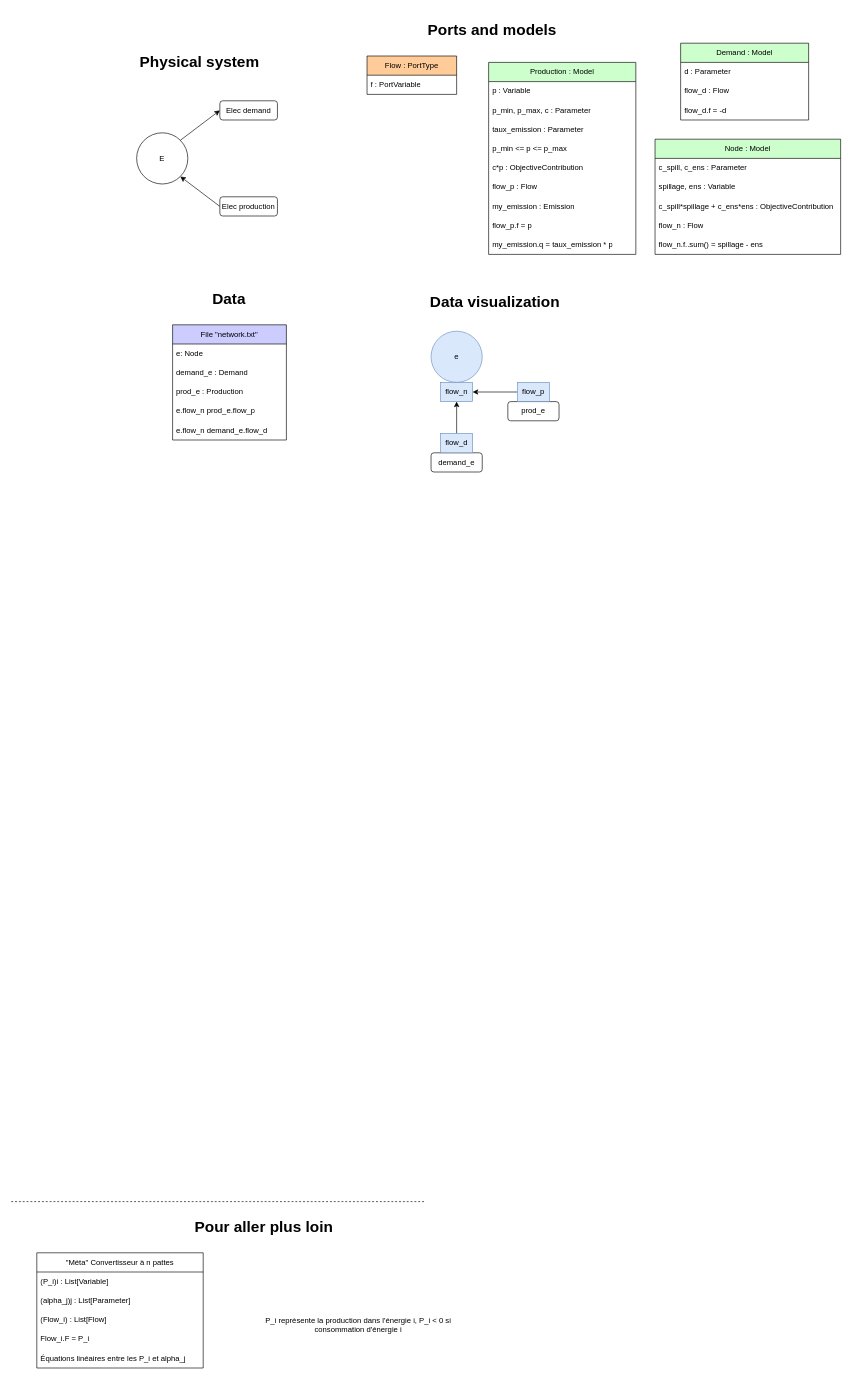
AntaresSimulatorTeam/andromede-modeling-prototype keeps this draw.io diagram as models-design/systems/balance.drawio. Above is the earlier version. Source tidied: cells renumbered, new cells numbered last; positions are measured from the earlier drawing's top-left corner, leaving out a move shared by most shapes. Both pictures are drawn from the tidied source at 64%, with x=0, y=0 at pixel (11, 17).
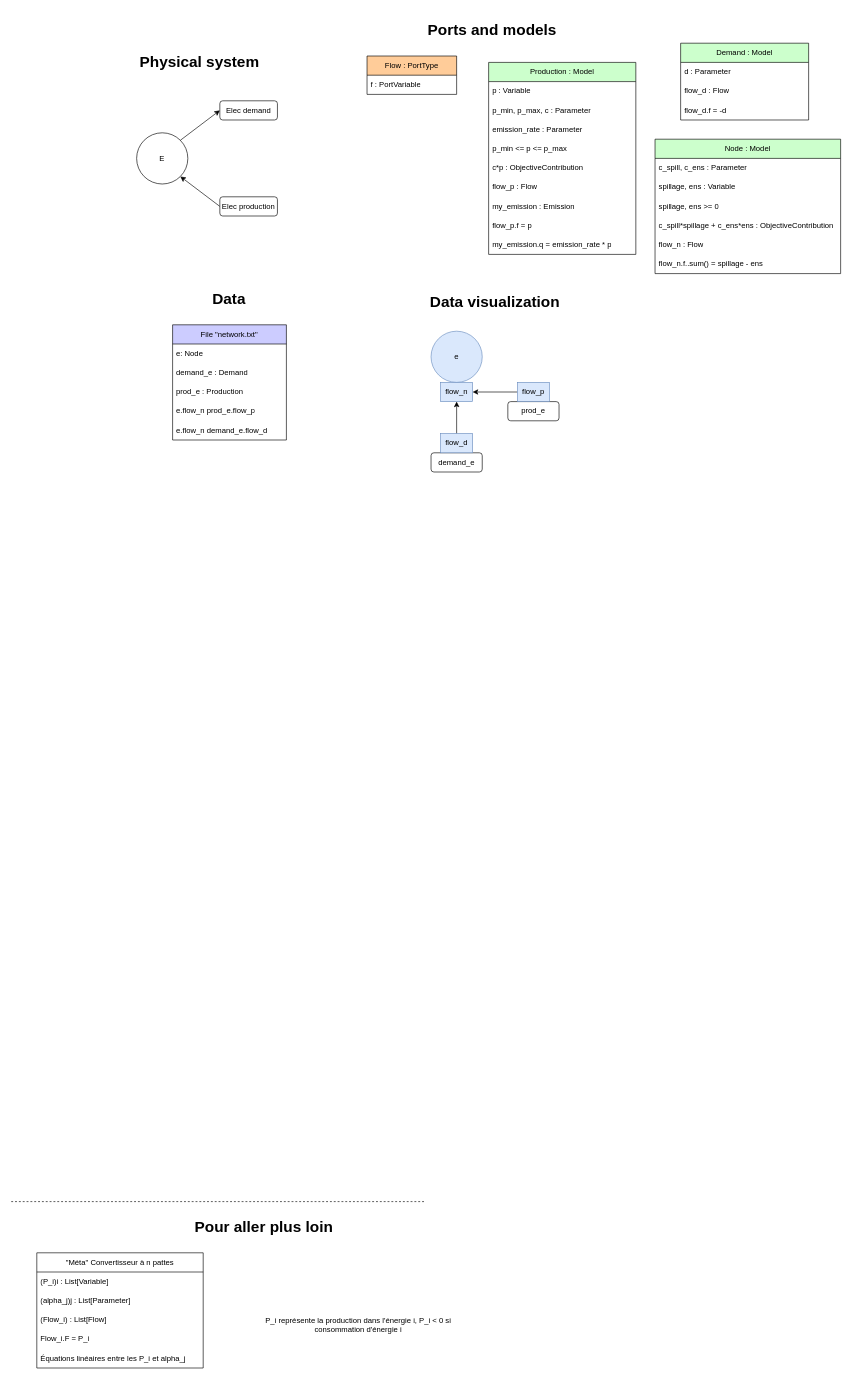
Above is the later version.

Commit message (it also covers changes not shown here):
Specify ens,spill sign and translate emission rate

Unchanged cells that the change refers to:
```xml
<mxCell id="11" style="group;" parent="1" vertex="1">
  <mxGeometry x="527" width="719" height="480" as="geometry" />
</mxCell>
<mxCell id="25" value="Production : Model" style="swimlane;fontStyle=0;horizontal=1;startSize=30;whiteSpace=wrap;html=1;fillColor=#CCFFCC;fontColor=#000000;" parent="11" vertex="1">
  <mxGeometry x="219" y="70" width="230" height="300" as="geometry" />
</mxCell>
```

Change to the diagram source:
```diff
@@
     <mxCell id="19" value="Node : Model" style="swimlane;fontStyle=0;horizontal=1;startSize=30;whiteSpace=wrap;html=1;fillColor=#CCFFCC;fontColor=#000000;" parent="11" vertex="1">
-      <mxGeometry x="479" y="190" width="290" height="180" as="geometry" />
+      <mxGeometry x="479" y="190" width="290" height="210" as="geometry" />
     </mxCell>
@@
+    <mxCell id="62" value="spillage, ens &amp;gt;= 0" style="text;strokeColor=none;fillColor=none;align=left;verticalAlign=middle;spacingLeft=4;spacingRight=4;overflow=hidden;whiteSpace=wrap;html=1;" parent="19" vertex="1">
+      <mxGeometry y="90" width="290" height="30" as="geometry" />
+    </mxCell>
     <mxCell id="22" value="c_spill*spillage + c_ens*ens : ObjectiveContribution" style="text;strokeColor=none;fillColor=none;align=left;verticalAlign=middle;spacingLeft=4;spacingRight=4;overflow=hidden;whiteSpace=wrap;html=1;" parent="19" vertex="1">
-      <mxGeometry y="90" width="290" height="30" as="geometry" />
+      <mxGeometry y="120" width="290" height="30" as="geometry" />
     </mxCell>
     <mxCell id="23" value="flow_n : Flow" style="text;strokeColor=none;fillColor=none;align=left;verticalAlign=middle;spacingLeft=4;spacingRight=4;overflow=hidden;whiteSpace=wrap;html=1;" parent="19" vertex="1">
-      <mxGeometry y="120" width="290" height="30" as="geometry" />
+      <mxGeometry y="150" width="290" height="30" as="geometry" />
     </mxCell>
     <mxCell id="24" value="flow_n.f..sum() = spillage - ens" style="text;strokeColor=none;fillColor=none;align=left;verticalAlign=middle;spacingLeft=4;spacingRight=4;overflow=hidden;whiteSpace=wrap;html=1;" parent="19" vertex="1">
-      <mxGeometry y="150" width="290" height="30" as="geometry" />
+      <mxGeometry y="180" width="290" height="30" as="geometry" />
     </mxCell>
@@
-    <mxCell id="28" value="taux_emission : Parameter" style="text;strokeColor=none;fillColor=none;align=left;verticalAlign=middle;spacingLeft=4;spacingRight=4;overflow=hidden;whiteSpace=wrap;html=1;" parent="25" vertex="1">
+    <mxCell id="28" value="emission_rate : Parameter" style="text;strokeColor=none;fillColor=none;align=left;verticalAlign=middle;spacingLeft=4;spacingRight=4;overflow=hidden;whiteSpace=wrap;html=1;" parent="25" vertex="1">
       <mxGeometry y="90" width="230" height="30" as="geometry" />
     </mxCell>
@@
-    <mxCell id="34" value="my_emission.q = taux_emission * p" style="text;strokeColor=none;fillColor=none;align=left;verticalAlign=middle;spacingLeft=4;spacingRight=4;overflow=hidden;whiteSpace=wrap;html=1;" parent="25" vertex="1">
+    <mxCell id="34" value="my_emission.q = emission_rate * p" style="text;strokeColor=none;fillColor=none;align=left;verticalAlign=middle;spacingLeft=4;spacingRight=4;overflow=hidden;whiteSpace=wrap;html=1;" parent="25" vertex="1">
       <mxGeometry y="270" width="230" height="30" as="geometry" />
     </mxCell>
```
